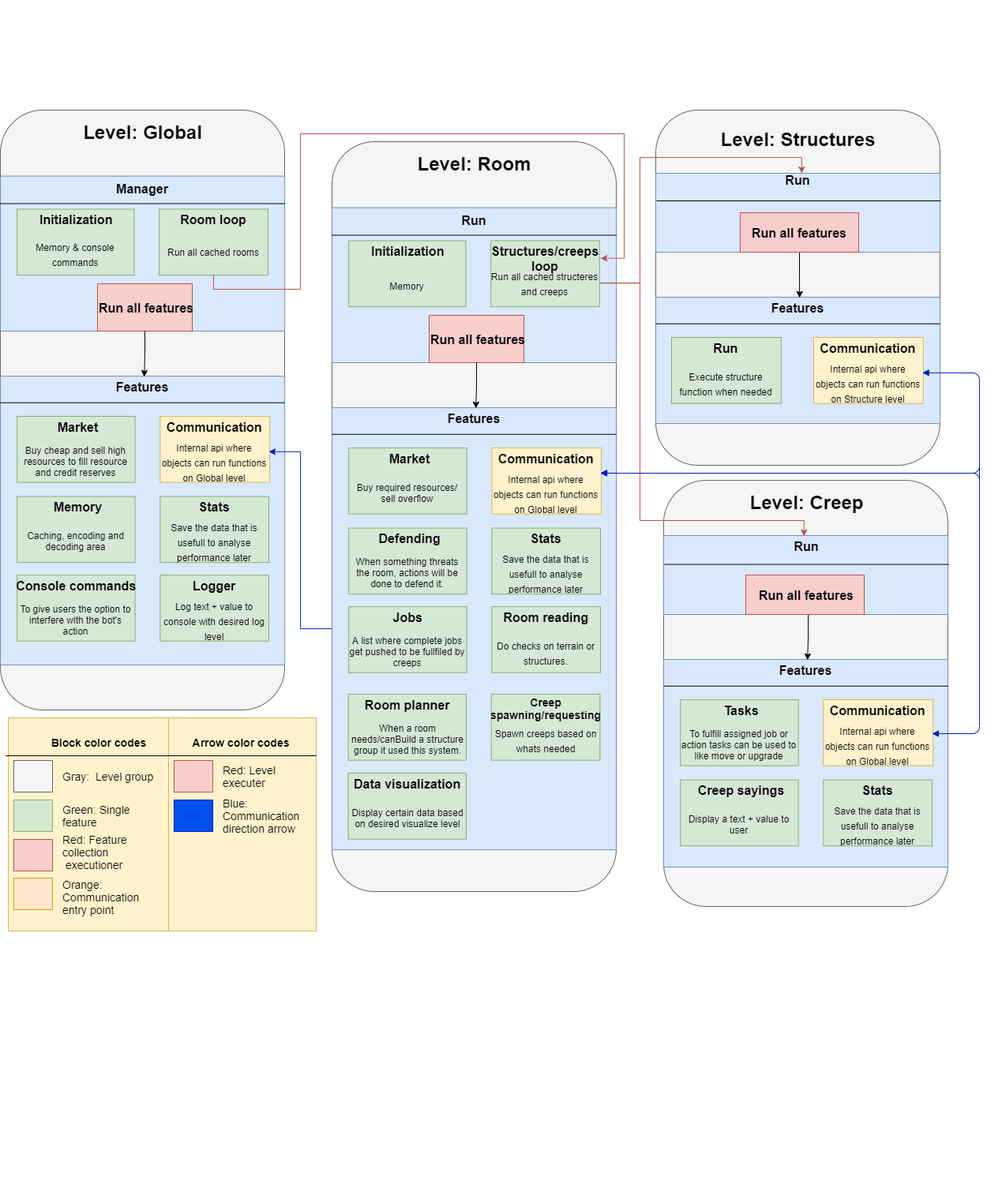
Above: FrameworkOverview.png in pieterbrandsen/Draw.io (draw.io), before the change. Source tidied: cells renumbered, new cells last; positions are measured from the earlier drawing's top-left corner, leaving out a move shared by most shapes.
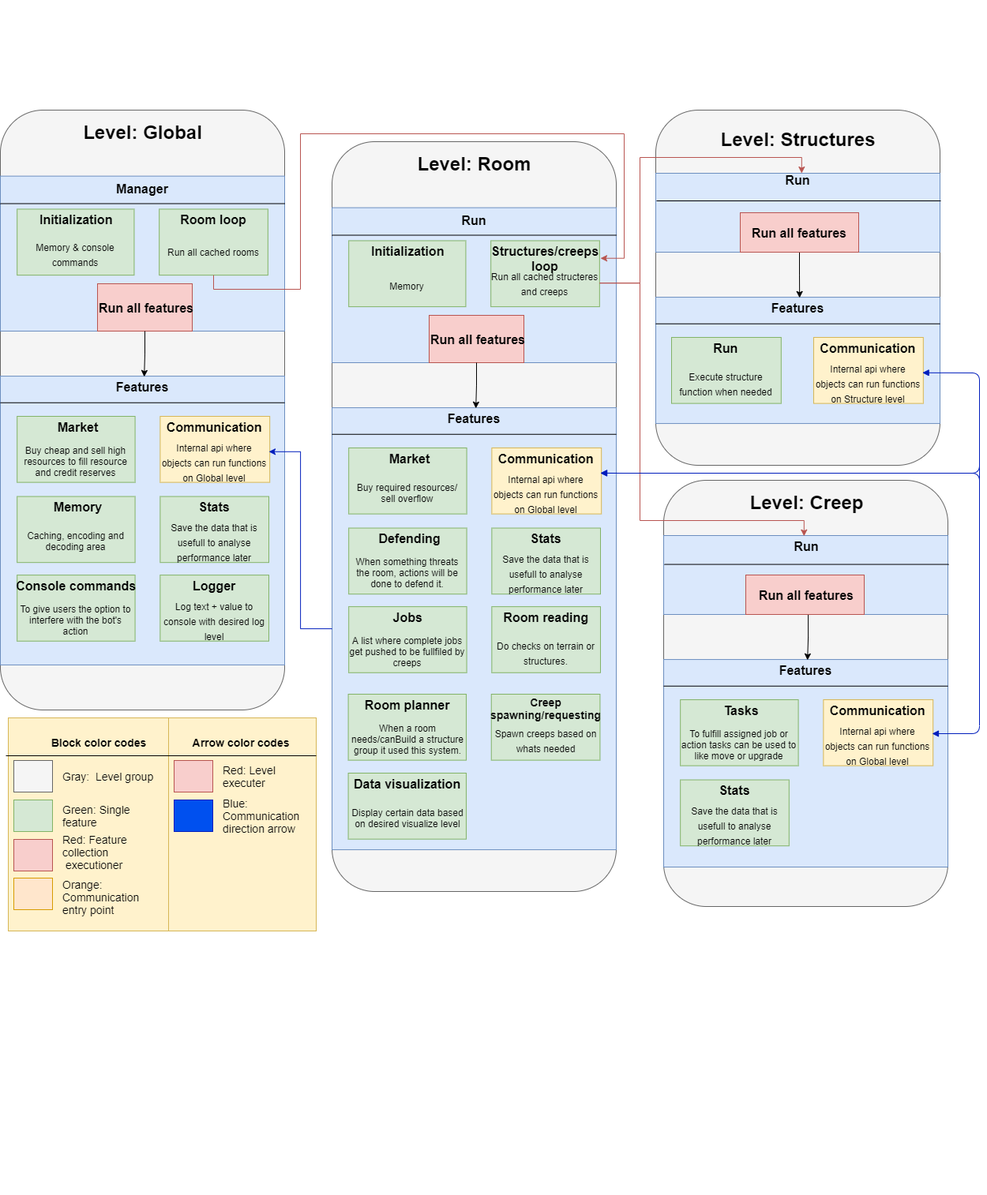
Above is the later version.

Change to the diagram source:
```diff
@@ -385,26 +385,14 @@
     <mxCell id="126" value="Communication" style="text;align=center;fontStyle=1;verticalAlign=middle;spacingLeft=3;spacingRight=3;strokeColor=none;fontSize=16;" parent="113" vertex="1">
       <mxGeometry x="229" y="278" width="84.4" height="25.9" as="geometry" />
     </mxCell>
-    <mxCell id="127" style="group;fontSize=10;" parent="113" vertex="1">
-      <mxGeometry x="21.2" y="379.5" width="149.4" height="83.6" as="geometry" />
-    </mxCell>
-    <mxCell id="128" style="rounded=0;whiteSpace=wrap;html=1;fontSize=16;fillColor=#d5e8d4;strokeColor=#82b366;" parent="127" vertex="1">
-      <mxGeometry width="149.4" height="83.6" as="geometry" />
-    </mxCell>
-    <mxCell id="129" value="&lt;font style=&quot;font-size: 12px&quot;&gt;Display a text + value to user&lt;/font&gt;" style="text;html=1;strokeColor=none;fillColor=none;align=center;verticalAlign=middle;whiteSpace=wrap;rounded=0;fontSize=12;" parent="127" vertex="1">
-      <mxGeometry y="29.9" width="149.4" height="53.8" as="geometry" />
-    </mxCell>
-    <mxCell id="130" value="Creep sayings" style="text;align=center;fontStyle=1;verticalAlign=middle;spacingLeft=3;spacingRight=3;strokeColor=none;fontSize=16;" parent="127" vertex="1">
-      <mxGeometry x="37.6" width="79.4" height="25.9" as="geometry" />
-    </mxCell>
     <mxCell id="131" style="rounded=0;whiteSpace=wrap;html=1;fontSize=16;fillColor=#d5e8d4;strokeColor=#82b366;" parent="113" vertex="1">
-      <mxGeometry x="202.3" y="379.5" width="137.6" height="83.6" as="geometry" />
+      <mxGeometry x="21.2" y="379.5" width="137.6" height="83.6" as="geometry" />
     </mxCell>
     <mxCell id="132" value="&lt;font style=&quot;font-size: 12px&quot;&gt;Save the data that is usefull to analyse performance later&lt;/font&gt;" style="text;html=1;align=center;verticalAlign=middle;whiteSpace=wrap;rounded=0;fontSize=16;" parent="113" vertex="1">
-      <mxGeometry x="202.4" y="411.4" width="137.7" height="51.8" as="geometry" />
+      <mxGeometry x="21.2" y="411.4" width="137.7" height="51.8" as="geometry" />
     </mxCell>
     <mxCell id="133" value="Stats" style="text;align=center;fontStyle=1;verticalAlign=middle;spacingLeft=3;spacingRight=3;strokeColor=none;fontSize=16;" parent="113" vertex="1">
-      <mxGeometry x="229" y="379.5" width="84.4" height="25.9" as="geometry" />
+      <mxGeometry x="47.8" y="379.5" width="84.4" height="25.9" as="geometry" />
     </mxCell>
     <mxCell id="134" style="line;strokeWidth=1;fillColor=none;align=left;verticalAlign=middle;spacingTop=-1;spacingLeft=3;spacingRight=3;labelPosition=right;fontSize=16;" parent="113" vertex="1">
       <mxGeometry y="256.8" width="360" height="7.9" as="geometry" />
```
